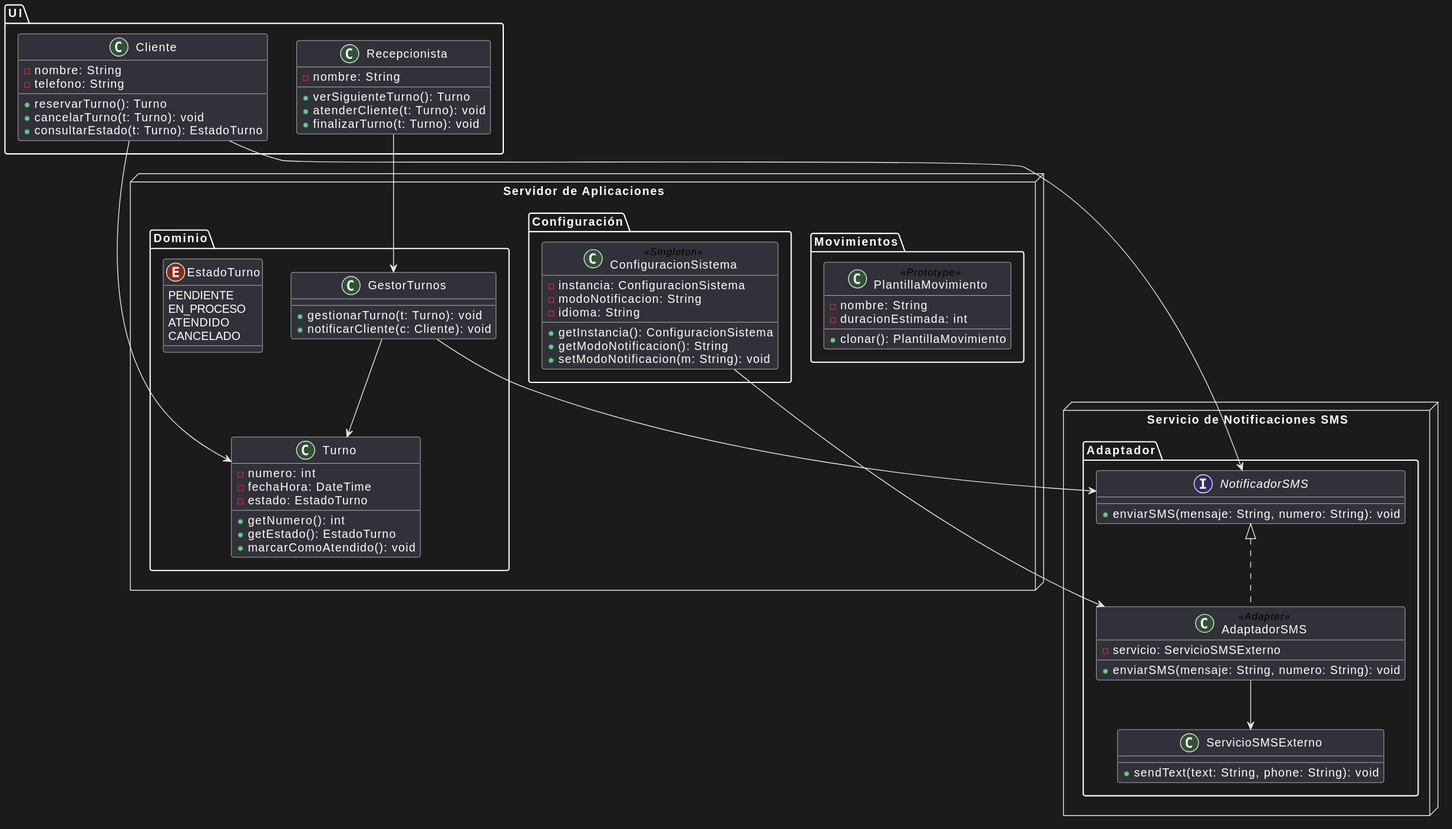
sebba081/SistemaTunomatico keeps this PlantUML diagram as diagramas/diagrama de clases.svg. Above is the earlier version. Its diagram source:
```plantuml
@startuml
package "UI" {
  class Cliente {
    -nombre: String
    -telefono: String
    +reservarTurno(): Turno
    +cancelarTurno(t: Turno): void
    +consultarEstado(t: Turno): EstadoTurno
  }

  class Recepcionista {
    -nombre: String
    +verSiguienteTurno(): Turno
    +atenderCliente(t: Turno): void
    +finalizarTurno(t: Turno): void
  }
}

node "Servidor de Aplicaciones" {
  package "Dominio" {
    class Turno {
      -numero: int
      -fechaHora: DateTime
      -estado: EstadoTurno
      +getNumero(): int
      +getEstado(): EstadoTurno
      +marcarComoAtendido(): void
    }

    enum EstadoTurno {
      PENDIENTE
      EN_PROCESO
      ATENDIDO
      CANCELADO
    }

    class GestorTurnos {
      +gestionarTurno(t: Turno): void
      +notificarCliente(c: Cliente): void
    }
  }

  package "Configuración" {
    class ConfiguracionSistema <<Singleton>> {
      -instancia: ConfiguracionSistema
      -modoNotificacion: String
      -idioma: String
      +getInstancia(): ConfiguracionSistema
      +getModoNotificacion(): String
      +setModoNotificacion(m: String): void
    }
  }

  package "Movimientos" {
    class PlantillaMovimiento <<Prototype>> {
      -nombre: String
      -duracionEstimada: int
      +clonar(): PlantillaMovimiento
    }
  }
}

node "Servicio de Notificaciones SMS" {
  package "Adaptador" {
    interface NotificadorSMS {
      +enviarSMS(mensaje: String, numero: String): void
    }

    class ServicioSMSExterno {
      +sendText(text: String, phone: String): void
    }

    class AdaptadorSMS <<Adapter>> implements NotificadorSMS {
      -servicio: ServicioSMSExterno
      +enviarSMS(mensaje: String, numero: String): void
    }
  }
}

Cliente --> Turno
Cliente --> NotificadorSMS
Recepcionista --> GestorTurnos
GestorTurnos --> Turno
GestorTurnos --> NotificadorSMS
AdaptadorSMS --> ServicioSMSExterno
ConfiguracionSistema --> AdaptadorSMS
@enduml
```
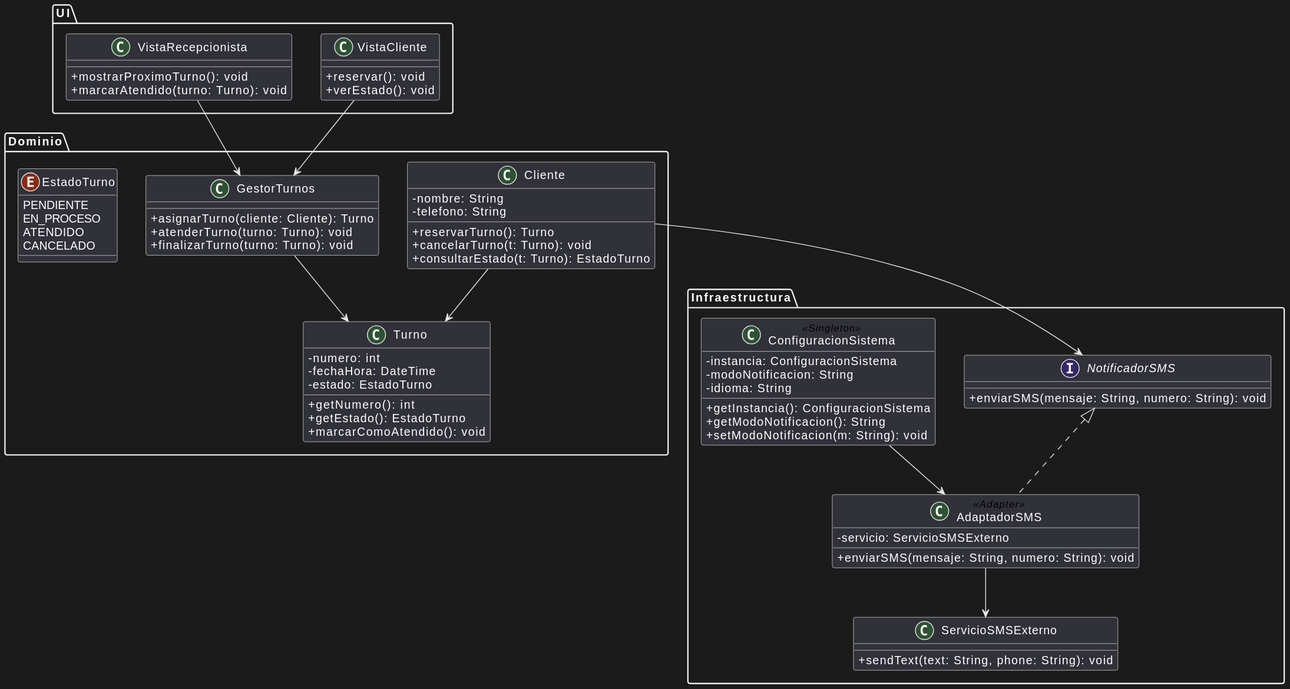
Later version of the same file.

Change to the diagram source:
```diff
@@ -1,5 +1,23 @@
 @startuml
-package "UI" {
+skinparam classAttributeIconSize 0
+
+package "Dominio" {
+  class Turno {
+    -numero: int
+    -fechaHora: DateTime
+    -estado: EstadoTurno
+    +getNumero(): int
+    +getEstado(): EstadoTurno
+    +marcarComoAtendido(): void
+  }
+
+  enum EstadoTurno {
+    PENDIENTE
+    EN_PROCESO
+    ATENDIDO
+    CANCELADO
+  }
+
   class Cliente {
     -nombre: String
     -telefono: String
@@ -8,80 +26,54 @@
     +consultarEstado(t: Turno): EstadoTurno
   }
 
-  class Recepcionista {
-    -nombre: String
-    +verSiguienteTurno(): Turno
-    +atenderCliente(t: Turno): void
-    +finalizarTurno(t: Turno): void
+  class GestorTurnos {
+    +asignarTurno(cliente: Cliente): Turno
+    +atenderTurno(turno: Turno): void
+    +finalizarTurno(turno: Turno): void
   }
 }
 
-node "Servidor de Aplicaciones" {
-  package "Dominio" {
-    class Turno {
-      -numero: int
-      -fechaHora: DateTime
-      -estado: EstadoTurno
-      +getNumero(): int
-      +getEstado(): EstadoTurno
-      +marcarComoAtendido(): void
-    }
-
-    enum EstadoTurno {
-      PENDIENTE
-      EN_PROCESO
-      ATENDIDO
-      CANCELADO
-    }
-
-    class GestorTurnos {
-      +gestionarTurno(t: Turno): void
-      +notificarCliente(c: Cliente): void
-    }
+package "Infraestructura" {
+  class ConfiguracionSistema <<Singleton>> {
+    -instancia: ConfiguracionSistema
+    -modoNotificacion: String
+    -idioma: String
+    +getInstancia(): ConfiguracionSistema
+    +getModoNotificacion(): String
+    +setModoNotificacion(m: String): void
   }
 
-  package "Configuración" {
-    class ConfiguracionSistema <<Singleton>> {
-      -instancia: ConfiguracionSistema
-      -modoNotificacion: String
-      -idioma: String
-      +getInstancia(): ConfiguracionSistema
-      +getModoNotificacion(): String
-      +setModoNotificacion(m: String): void
-    }
+  interface NotificadorSMS {
+    +enviarSMS(mensaje: String, numero: String): void
   }
 
-  package "Movimientos" {
-    class PlantillaMovimiento <<Prototype>> {
-      -nombre: String
-      -duracionEstimada: int
-      +clonar(): PlantillaMovimiento
-    }
+  class ServicioSMSExterno {
+    +sendText(text: String, phone: String): void
+  }
+
+  class AdaptadorSMS <<Adapter>> implements NotificadorSMS {
+    -servicio: ServicioSMSExterno
+    +enviarSMS(mensaje: String, numero: String): void
   }
 }
 
-node "Servicio de Notificaciones SMS" {
-  package "Adaptador" {
-    interface NotificadorSMS {
-      +enviarSMS(mensaje: String, numero: String): void
-    }
+package "UI" {
+  class VistaRecepcionista {
+    +mostrarProximoTurno(): void
+    +marcarAtendido(turno: Turno): void
+  }
 
-    class ServicioSMSExterno {
-      +sendText(text: String, phone: String): void
-    }
-
-    class AdaptadorSMS <<Adapter>> implements NotificadorSMS {
-      -servicio: ServicioSMSExterno
-      +enviarSMS(mensaje: String, numero: String): void
-    }
+  class VistaCliente {
+    +reservar(): void
+    +verEstado(): void
   }
 }
 
 Cliente --> Turno
+GestorTurnos --> Turno
+VistaRecepcionista --> GestorTurnos
+VistaCliente --> GestorTurnos
+AdaptadorSMS --> ServicioSMSExterno
 Cliente --> NotificadorSMS
-Recepcionista --> GestorTurnos
-GestorTurnos --> Turno
-GestorTurnos --> NotificadorSMS
-AdaptadorSMS --> ServicioSMSExterno
 ConfiguracionSistema --> AdaptadorSMS
 @enduml
```
